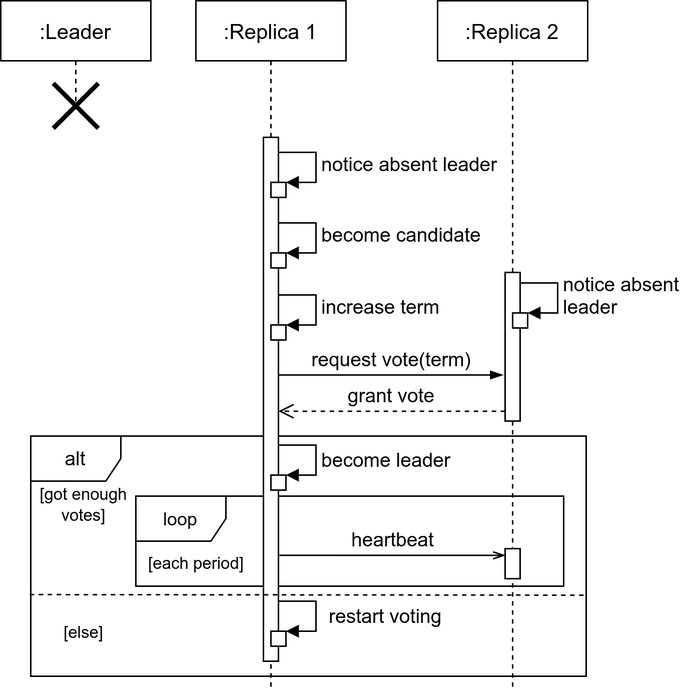
Earlier version of the draw.io export images/sequence/LeaderElection.png (Boffmann/masterThesis). Source tidied: cells renumbered, new cells last; positions are measured from the earlier drawing's top-left corner, leaving out a move shared by most shapes.
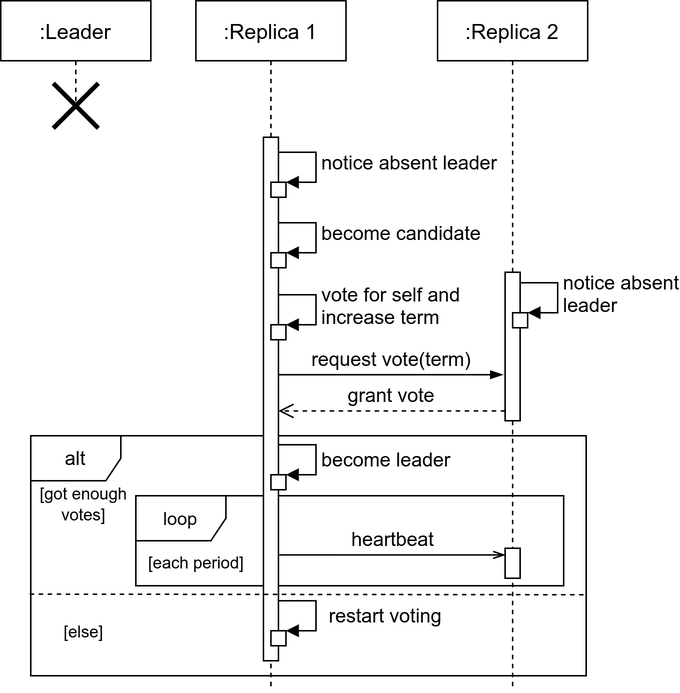
Later version of the same file.

What changed in the source:
```diff
@@ -26,7 +26,7 @@
     <mxCell id="9" style="html=1;points=[];perimeter=orthogonalPerimeter;" parent="7" vertex="1">
       <mxGeometry x="50" y="216" width="10" height="10" as="geometry" />
     </mxCell>
-    <mxCell id="10" value="&lt;font style=&quot;font-size: 13px&quot;&gt;increase term&lt;/font&gt;" style="edgeStyle=orthogonalEdgeStyle;html=1;align=left;spacingLeft=2;endArrow=block;rounded=0;entryX=1;entryY=0;" parent="7" edge="1" target="9">
+    <mxCell id="10" value="&lt;font style=&quot;font-size: 13px&quot;&gt;vote for self and&lt;br&gt;increase term&lt;/font&gt;" style="edgeStyle=orthogonalEdgeStyle;html=1;align=left;spacingLeft=2;endArrow=block;rounded=0;entryX=1;entryY=0;" parent="7" edge="1" target="9">
       <mxGeometry relative="1" as="geometry">
         <mxPoint x="55" y="196" as="sourcePoint" />
         <Array as="points">
```
